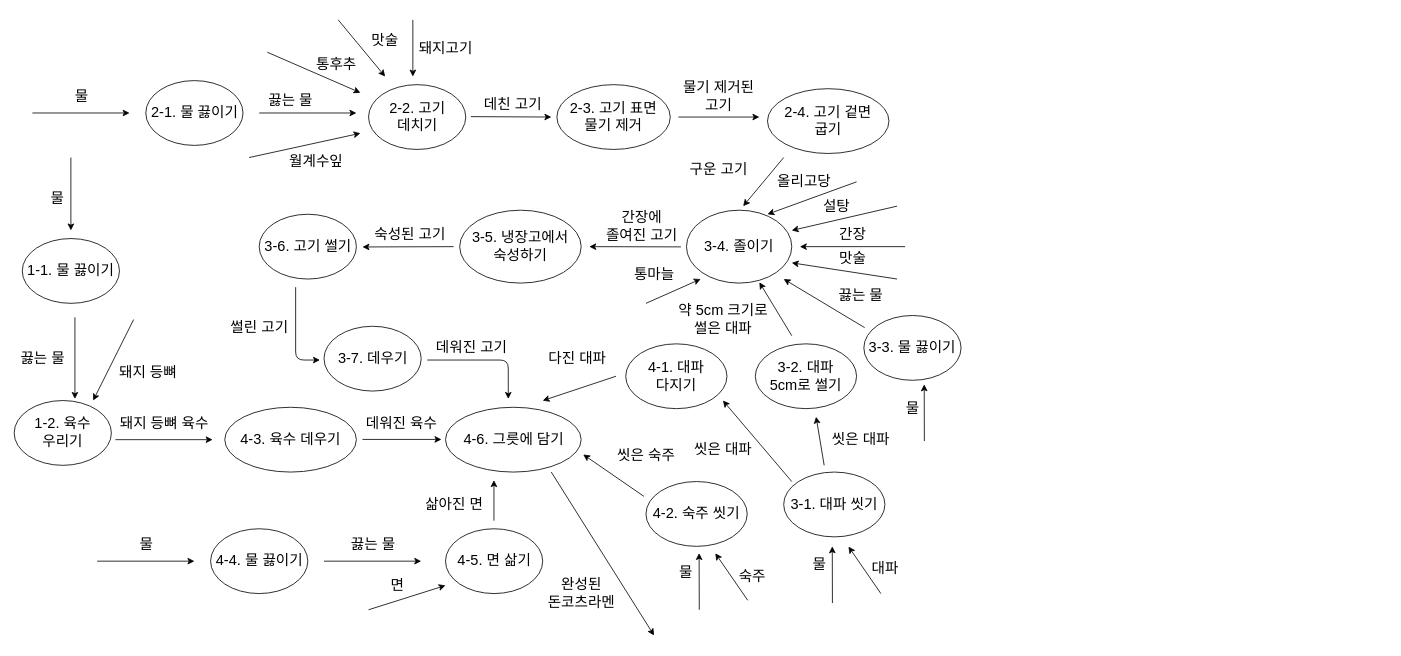
jgy2808/Algorithm keeps this draw.io diagram as Untitled Diagram2.drawio. Above is the earlier version. Source tidied: cells renumbered, new cells numbered last; positions are measured from the earlier drawing's top-left corner, leaving out a move shared by most shapes. Both pictures are drawn from the tidied source at 81%, with x=0, y=0 at pixel (14, 19).
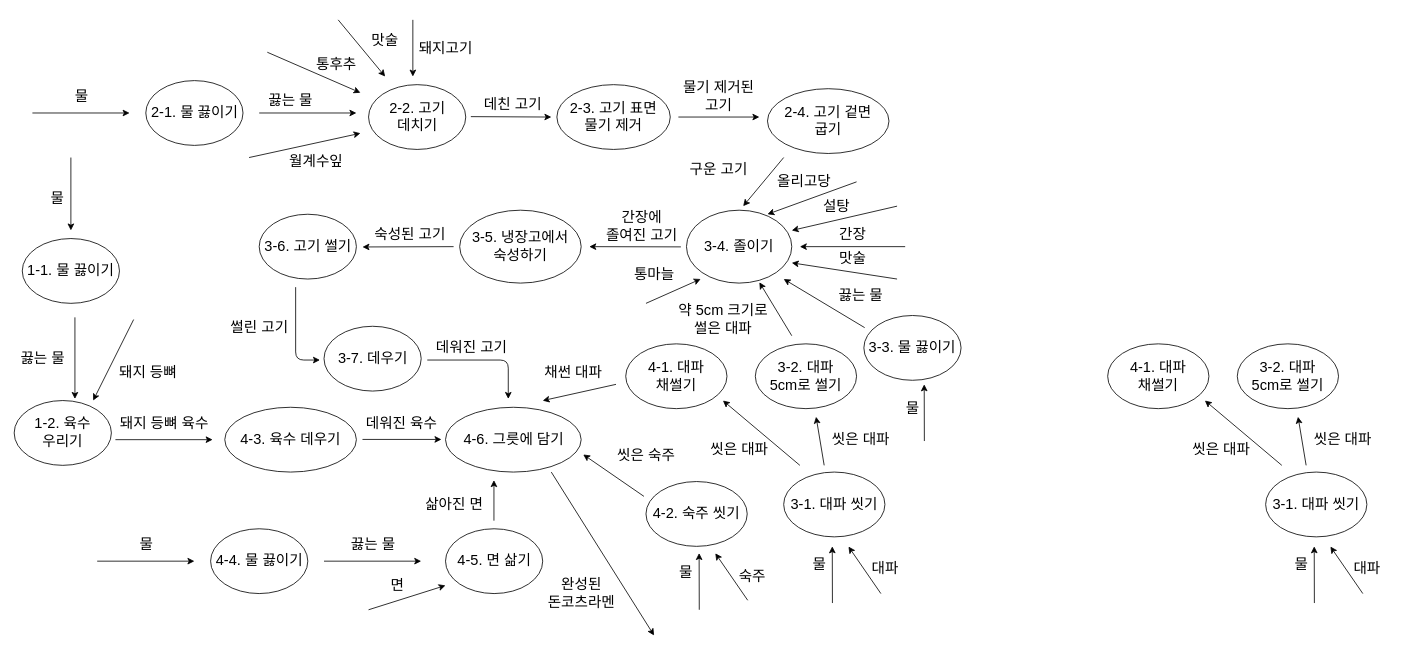
After the change.

Change to the diagram source:
```diff
@@
     <mxCell id="81" style="endArrow=classic;html=1;" parent="1" edge="1">
       <mxGeometry relative="1" as="geometry">
-        <mxPoint x="743" y="440" as="sourcePoint" />
+        <mxPoint x="743" y="450" as="sourcePoint" />
         <mxPoint x="652.5" y="470.1" as="targetPoint" />
       </mxGeometry>
     </mxCell>
-    <mxCell id="82" value="&lt;font style=&quot;font-size: 18px&quot;&gt;다진 대파&lt;/font&gt;" style="text;html=1;align=center;verticalAlign=middle;strokeColor=none;fillColor=none;" parent="1" vertex="1">
-      <mxGeometry x="650" y="408.3" width="90" height="20" as="geometry" />
+    <mxCell id="82" value="&lt;font style=&quot;font-size: 18px&quot;&gt;채썬 대파&lt;/font&gt;" style="text;html=1;align=center;verticalAlign=middle;strokeColor=none;fillColor=none;" parent="1" vertex="1">
+      <mxGeometry x="645" y="425" width="90" height="20" as="geometry" />
     </mxCell>
@@
-    <mxCell id="91" value="&lt;span style=&quot;font-size: 18px&quot;&gt;4-1. 대파 &lt;br&gt;다지기&lt;br&gt;&lt;/span&gt;" style="ellipse;whiteSpace=wrap;html=1;" parent="1" vertex="1">
+    <mxCell id="91" value="&lt;span style=&quot;font-size: 18px&quot;&gt;4-1. 대파 &lt;br&gt;채썰기&lt;br&gt;&lt;/span&gt;" style="ellipse;whiteSpace=wrap;html=1;" parent="1" vertex="1">
       <mxGeometry x="755" y="400" width="125" height="80" as="geometry" />
     </mxCell>
     <mxCell id="92" style="endArrow=classic;html=1;" parent="1" edge="1">
       <mxGeometry relative="1" as="geometry">
-        <mxPoint x="960" y="570" as="sourcePoint" />
+        <mxPoint x="970" y="550" as="sourcePoint" />
         <mxPoint x="875" y="470" as="targetPoint" />
       </mxGeometry>
     </mxCell>
     <mxCell id="93" value="&lt;font style=&quot;font-size: 18px&quot;&gt;씻은 대파&lt;/font&gt;" style="text;html=1;align=center;verticalAlign=middle;strokeColor=none;fillColor=none;" parent="1" vertex="1">
-      <mxGeometry x="830" y="520" width="90" height="20" as="geometry" />
+      <mxGeometry x="850" y="520" width="90" height="20" as="geometry" />
     </mxCell>
@@
+    <mxCell id="99" value="&lt;span style=&quot;font-size: 18px&quot;&gt;3-1. 대파 씻기&lt;br&gt;&lt;/span&gt;" style="ellipse;whiteSpace=wrap;html=1;" parent="1" vertex="1">
+      <mxGeometry x="1545" y="558.3" width="125" height="80" as="geometry" />
+    </mxCell>
+    <mxCell id="100" style="endArrow=classic;html=1;" parent="1" edge="1">
+      <mxGeometry relative="1" as="geometry">
+        <mxPoint x="1595" y="550" as="sourcePoint" />
+        <mxPoint x="1585" y="490" as="targetPoint" />
+      </mxGeometry>
+    </mxCell>
+    <mxCell id="101" value="&lt;font style=&quot;font-size: 18px&quot;&gt;씻은 대파&lt;/font&gt;" style="text;html=1;align=center;verticalAlign=middle;strokeColor=none;fillColor=none;" parent="1" vertex="1">
+      <mxGeometry x="1595" y="508.3" width="90" height="20" as="geometry" />
+    </mxCell>
+    <mxCell id="102" style="endArrow=classic;html=1;" parent="1" edge="1">
+      <mxGeometry relative="1" as="geometry">
+        <mxPoint x="1665" y="708.3" as="sourcePoint" />
+        <mxPoint x="1625" y="650.3" as="targetPoint" />
+      </mxGeometry>
+    </mxCell>
+    <mxCell id="103" value="&lt;font style=&quot;font-size: 18px&quot;&gt;대파&lt;/font&gt;" style="text;html=1;align=center;verticalAlign=middle;strokeColor=none;fillColor=none;" parent="1" vertex="1">
+      <mxGeometry x="1645" y="668.3" width="50" height="20" as="geometry" />
+    </mxCell>
+    <mxCell id="104" style="endArrow=classic;html=1;" parent="1" edge="1">
+      <mxGeometry relative="1" as="geometry">
+        <mxPoint x="1605.2" y="720" as="sourcePoint" />
+        <mxPoint x="1605" y="650" as="targetPoint" />
+      </mxGeometry>
+    </mxCell>
+    <mxCell id="105" value="&lt;font style=&quot;font-size: 18px&quot;&gt;물&lt;/font&gt;" style="text;html=1;align=center;verticalAlign=middle;strokeColor=none;fillColor=none;" parent="1" vertex="1">
+      <mxGeometry x="1573.8" y="663.3" width="30" height="20" as="geometry" />
+    </mxCell>
+    <mxCell id="106" value="&lt;span style=&quot;font-size: 18px&quot;&gt;3-2. 대파 &lt;br&gt;5cm로 썰기&lt;br&gt;&lt;/span&gt;" style="ellipse;whiteSpace=wrap;html=1;" parent="1" vertex="1">
+      <mxGeometry x="1510" y="400" width="125" height="80" as="geometry" />
+    </mxCell>
+    <mxCell id="107" value="&lt;span style=&quot;font-size: 18px&quot;&gt;4-1. 대파 &lt;br&gt;채썰기&lt;br&gt;&lt;/span&gt;" style="ellipse;whiteSpace=wrap;html=1;" parent="1" vertex="1">
+      <mxGeometry x="1350" y="400" width="125" height="80" as="geometry" />
+    </mxCell>
+    <mxCell id="108" style="endArrow=classic;html=1;" parent="1" edge="1">
+      <mxGeometry relative="1" as="geometry">
+        <mxPoint x="1565" y="550" as="sourcePoint" />
+        <mxPoint x="1470" y="470" as="targetPoint" />
+      </mxGeometry>
+    </mxCell>
+    <mxCell id="109" value="&lt;font style=&quot;font-size: 18px&quot;&gt;씻은 대파&lt;/font&gt;" style="text;html=1;align=center;verticalAlign=middle;strokeColor=none;fillColor=none;" parent="1" vertex="1">
+      <mxGeometry x="1445" y="520" width="90" height="20" as="geometry" />
+    </mxCell>
```
